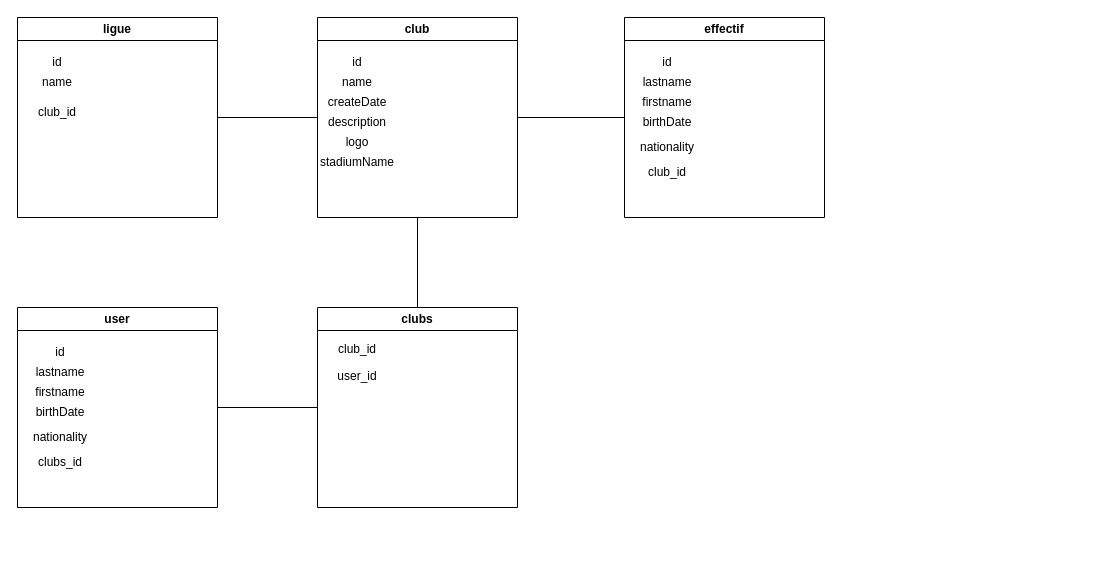
The draw.io diagram BDD.drawio in thedarkonekiller/SJT-ECF1, before the edit. Source tidied: cells renumbered, new cells numbered last; positions are measured from the earlier drawing's top-left corner, leaving out a move shared by most shapes. Both pictures are drawn from the tidied source at 100%, with x=0, y=0 at pixel (17, 17).
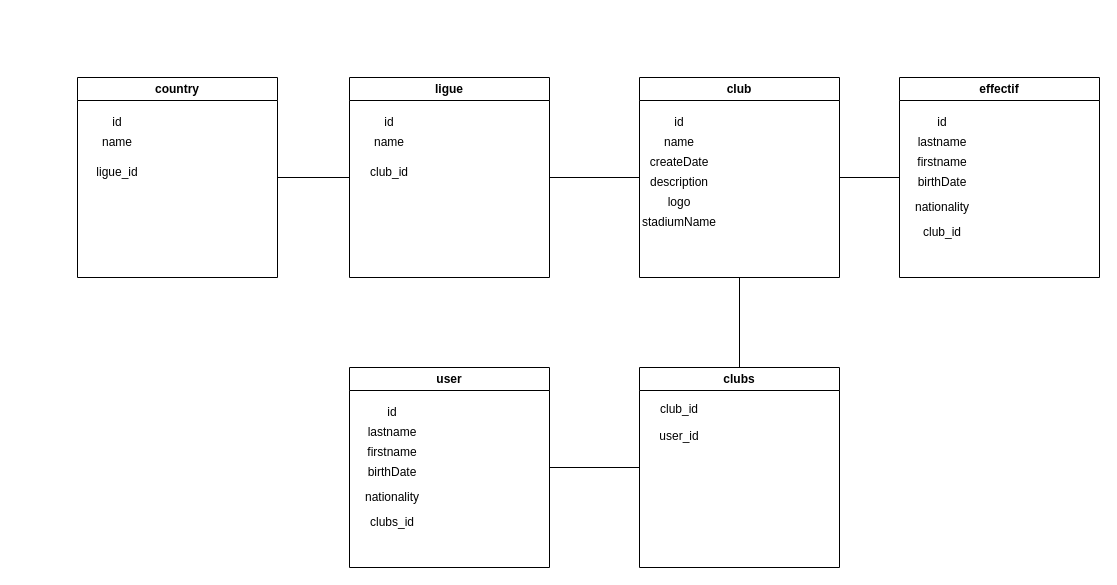
After the change.

What changed in the source:
```diff
@@
     <mxCell id="4" value="club" style="swimlane;whiteSpace=wrap;html=1;" parent="1" vertex="1">
-      <mxGeometry x="300" width="200" height="200" as="geometry" />
+      <mxGeometry x="622" y="60" width="200" height="200" as="geometry" />
     </mxCell>
@@
     <mxCell id="11" value="effectif" style="swimlane;whiteSpace=wrap;html=1;" parent="1" vertex="1">
-      <mxGeometry x="607" width="200" height="200" as="geometry" />
+      <mxGeometry x="882" y="60" width="200" height="200" as="geometry" />
     </mxCell>
@@
     <mxCell id="19" value="ligue" style="swimlane;whiteSpace=wrap;html=1;" parent="1" vertex="1">
-      <mxGeometry width="200" height="200" as="geometry" />
+      <mxGeometry x="332" y="60" width="200" height="200" as="geometry" />
     </mxCell>
@@
     <mxCell id="24" value="user" style="swimlane;whiteSpace=wrap;html=1;" parent="1" vertex="1">
-      <mxGeometry y="290" width="200" height="200" as="geometry" />
+      <mxGeometry x="332" y="350" width="200" height="200" as="geometry" />
     </mxCell>
@@
     <mxCell id="31" value="clubs" style="swimlane;whiteSpace=wrap;html=1;" parent="1" vertex="1">
-      <mxGeometry x="300" y="290" width="200" height="200" as="geometry" />
+      <mxGeometry x="622" y="350" width="200" height="200" as="geometry" />
     </mxCell>
@@
+    <mxCell id="34" style="edgeStyle=orthogonalEdgeStyle;rounded=0;jettySize=auto;html=1;entryX=0;entryY=0.5;entryDx=0;entryDy=0;endArrow=none;endFill=0;" parent="1" edge="1" source="35" target="19">
+      <mxGeometry relative="1" as="geometry" />
+    </mxCell>
+    <mxCell id="35" value="country" style="swimlane;whiteSpace=wrap;html=1;" parent="1" vertex="1">
+      <mxGeometry x="60" y="60" width="200" height="200" as="geometry" />
+    </mxCell>
+    <mxCell id="36" value="id" style="text;html=1;strokeColor=none;fillColor=none;align=center;verticalAlign=middle;whiteSpace=wrap;rounded=0;" parent="35" vertex="1">
+      <mxGeometry x="10" y="30" width="60" height="30" as="geometry" />
+    </mxCell>
+    <mxCell id="37" value="name" style="text;html=1;strokeColor=none;fillColor=none;align=center;verticalAlign=middle;whiteSpace=wrap;rounded=0;" parent="35" vertex="1">
+      <mxGeometry x="10" y="50" width="60" height="30" as="geometry" />
+    </mxCell>
+    <mxCell id="38" value="ligue_id" style="text;html=1;strokeColor=none;fillColor=none;align=center;verticalAlign=middle;whiteSpace=wrap;rounded=0;" parent="35" vertex="1">
+      <mxGeometry x="10" y="80" width="60" height="30" as="geometry" />
+    </mxCell>
```
